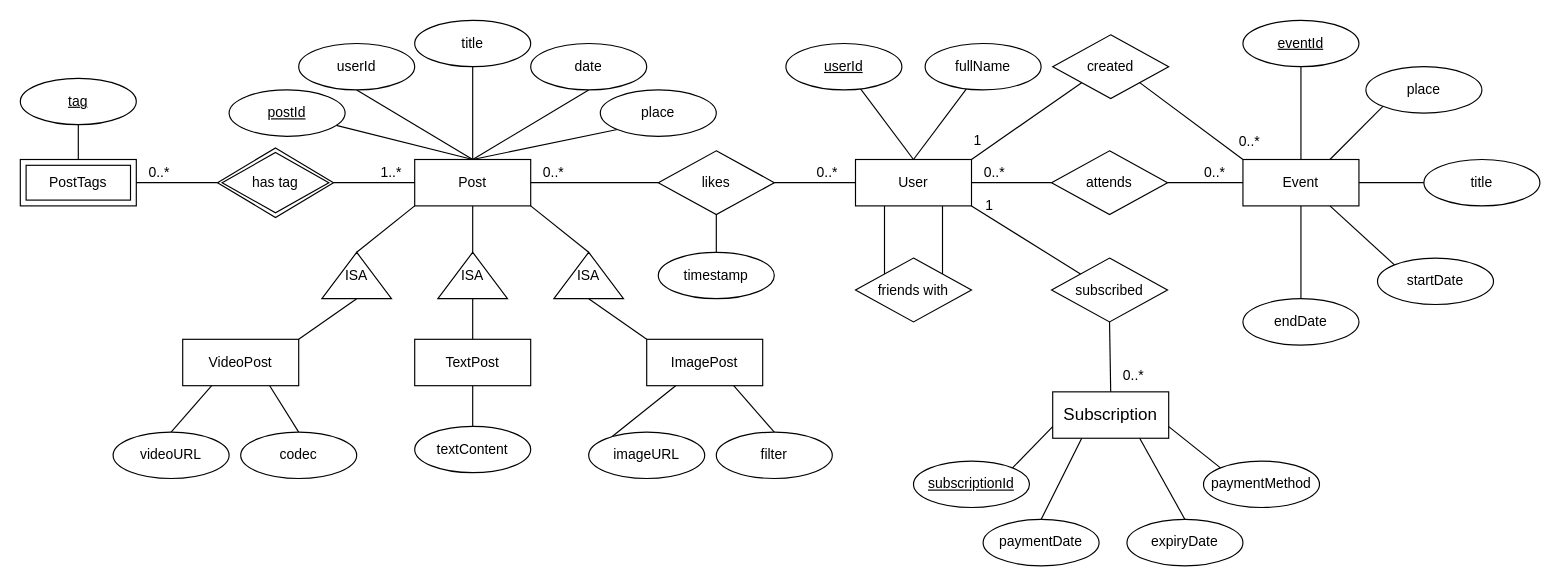
This is DD1368 Homework 1 ER.drawio from Alvinn8/DD1368, a draw.io file, before an edit. Source tidied: cells renumbered, new cells numbered last; positions are measured from the earlier drawing's top-left corner, leaving out a move shared by most shapes. Both pictures are drawn from the tidied source at 116%, with x=0, y=0 at pixel (20, 20).
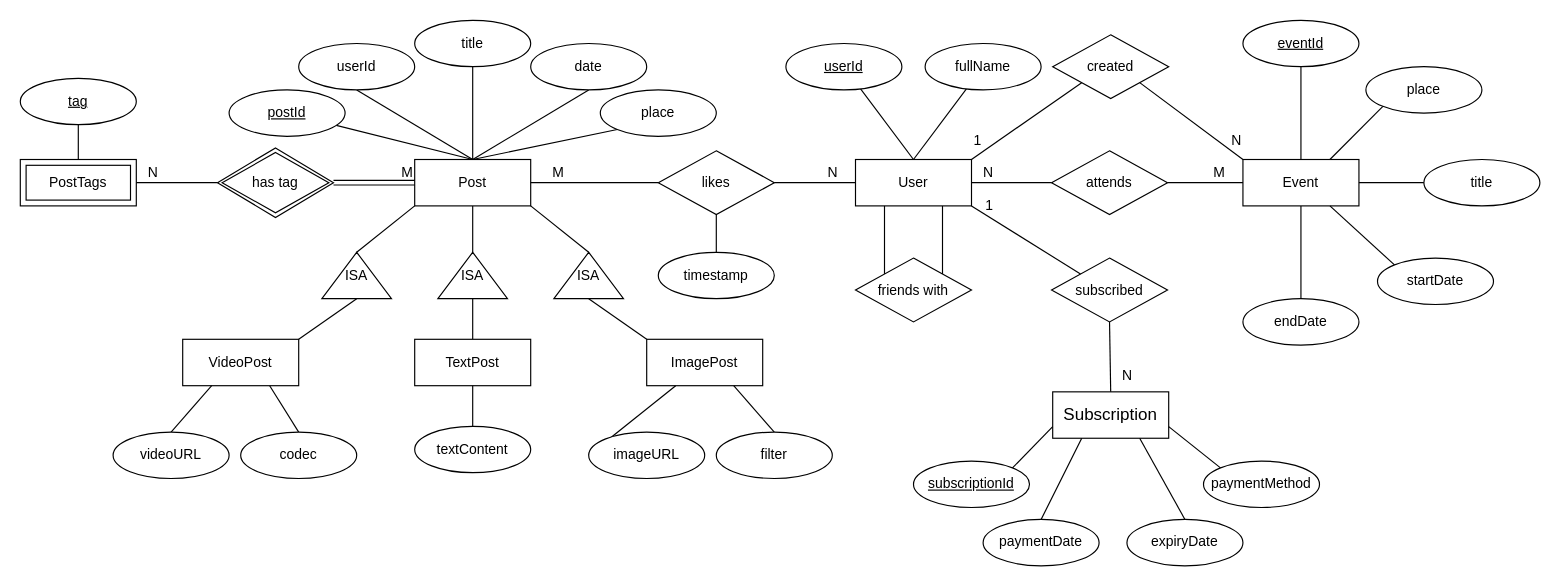
The same page after the edit.

Unchanged cells that the change refers to:
```xml
<mxCell id="2" value="Post" style="whiteSpace=wrap;html=1;align=center;" parent="1" vertex="1">
  <mxGeometry x="340" y="120" width="100" height="40" as="geometry" />
</mxCell>
<mxCell id="47" value="has tag" style="shape=rhombus;double=1;perimeter=rhombusPerimeter;whiteSpace=wrap;html=1;align=center;" parent="1" vertex="1">
  <mxGeometry x="170" y="110" width="100" height="60" as="geometry" />
</mxCell>
<mxCell id="72" style="endArrow=none;html=1;rounded=0;entryX=1;entryY=0.5;entryDx=0;entryDy=0;exitX=0;exitY=0.5;exitDx=0;exitDy=0;" parent="1" edge="1" source="62" target="4">
  <mxGeometry relative="1" as="geometry" />
</mxCell>
<mxCell id="74" style="endArrow=none;html=1;rounded=0;entryX=0;entryY=0.5;entryDx=0;entryDy=0;exitX=1;exitY=0.5;exitDx=0;exitDy=0;" parent="1" edge="1" source="62" target="51">
  <mxGeometry relative="1" as="geometry" />
</mxCell>
<mxCell id="76" style="endArrow=none;html=1;rounded=0;entryX=1;entryY=0.5;entryDx=0;entryDy=0;exitX=0;exitY=0.5;exitDx=0;exitDy=0;" parent="1" edge="1" source="40" target="2">
  <mxGeometry relative="1" as="geometry" />
</mxCell>
<mxCell id="78" style="endArrow=none;html=1;rounded=0;entryX=0;entryY=0.5;entryDx=0;entryDy=0;exitX=1;exitY=0.5;exitDx=0;exitDy=0;" parent="1" edge="1" source="40" target="4">
  <mxGeometry relative="1" as="geometry" />
</mxCell>
<mxCell id="82" style="endArrow=none;html=1;rounded=0;entryX=0.5;entryY=0;entryDx=0;entryDy=0;exitX=0.5;exitY=1;exitDx=0;exitDy=0;" parent="1" edge="1" source="71" target="5">
  <mxGeometry relative="1" as="geometry" />
</mxCell>
<mxCell id="84" style="endArrow=none;html=1;rounded=0;entryX=1;entryY=0.5;entryDx=0;entryDy=0;exitX=0;exitY=0.5;exitDx=0;exitDy=0;" parent="1" edge="1" source="47" target="48">
  <mxGeometry relative="1" as="geometry" />
</mxCell>
<mxCell id="91" style="endArrow=none;html=1;rounded=0;entryX=0;entryY=0;entryDx=0;entryDy=0;exitX=1;exitY=1;exitDx=0;exitDy=0;" parent="1" edge="1" source="88" target="51">
  <mxGeometry relative="1" as="geometry" />
</mxCell>
```

The edit, as a diff of the source:
```diff
@@
-    <mxCell id="73" value="0..*" style="html=1;whiteSpace=wrap;align=right;verticalAlign=bottom;" parent="72" vertex="1">
+    <mxCell id="73" value="N" style="html=1;whiteSpace=wrap;align=right;verticalAlign=bottom;" parent="72" vertex="1">
       <mxGeometry x="1" relative="1" as="geometry">
-        <mxPoint x="30" as="offset" />
+        <mxPoint x="20" as="offset" />
       </mxGeometry>
     </mxCell>
@@
-    <mxCell id="75" value="0..*" style="html=1;whiteSpace=wrap;align=right;verticalAlign=bottom;" parent="74" vertex="1">
+    <mxCell id="75" value="M" style="html=1;whiteSpace=wrap;align=right;verticalAlign=bottom;" parent="74" vertex="1">
       <mxGeometry x="1" relative="1" as="geometry">
         <mxPoint x="-14" as="offset" />
       </mxGeometry>
     </mxCell>
@@
-    <mxCell id="77" value="0..*" style="html=1;whiteSpace=wrap;align=right;verticalAlign=bottom;" parent="76" vertex="1">
+    <mxCell id="77" value="M" style="html=1;whiteSpace=wrap;align=right;verticalAlign=bottom;" parent="76" vertex="1">
       <mxGeometry x="1" relative="1" as="geometry">
         <mxPoint x="30" as="offset" />
       </mxGeometry>
     </mxCell>
@@
-    <mxCell id="79" value="0..*" style="html=1;whiteSpace=wrap;align=right;verticalAlign=bottom;" parent="78" vertex="1">
+    <mxCell id="79" value="N" style="html=1;whiteSpace=wrap;align=right;verticalAlign=bottom;" parent="78" vertex="1">
       <mxGeometry x="1" relative="1" as="geometry">
         <mxPoint x="-14" as="offset" />
       </mxGeometry>
     </mxCell>
@@
-    <mxCell id="83" value="0..*" style="html=1;whiteSpace=wrap;align=right;verticalAlign=bottom;" parent="82" vertex="1">
+    <mxCell id="83" value="N" style="html=1;whiteSpace=wrap;align=right;verticalAlign=bottom;" parent="82" vertex="1">
       <mxGeometry x="1" relative="1" as="geometry">
-        <mxPoint x="30" y="-5" as="offset" />
+        <mxPoint x="20" y="-5" as="offset" />
       </mxGeometry>
     </mxCell>
@@
-    <mxCell id="85" value="0..*" style="html=1;whiteSpace=wrap;align=right;verticalAlign=bottom;" parent="84" vertex="1">
+    <mxCell id="85" value="N" style="html=1;whiteSpace=wrap;align=right;verticalAlign=bottom;" parent="84" vertex="1">
       <mxGeometry x="1" relative="1" as="geometry">
-        <mxPoint x="30" as="offset" />
+        <mxPoint x="20" as="offset" />
       </mxGeometry>
     </mxCell>
-    <mxCell id="86" style="endArrow=none;html=1;rounded=0;entryX=1;entryY=0.5;entryDx=0;entryDy=0;exitX=0;exitY=0.5;exitDx=0;exitDy=0;" parent="1" edge="1" source="2" target="47">
-      <mxGeometry relative="1" as="geometry" />
-    </mxCell>
-    <mxCell id="87" value="1..*" style="html=1;whiteSpace=wrap;align=right;verticalAlign=bottom;" parent="86" vertex="1">
-      <mxGeometry x="1" relative="1" as="geometry">
-        <mxPoint x="60" as="offset" />
-      </mxGeometry>
-    </mxCell>
@@
-    <mxCell id="92" value="0..*" style="html=1;whiteSpace=wrap;align=right;verticalAlign=bottom;" parent="91" vertex="1">
+    <mxCell id="92" value="N" style="html=1;whiteSpace=wrap;align=right;verticalAlign=bottom;" parent="91" vertex="1">
       <mxGeometry x="1" relative="1" as="geometry">
-        <mxPoint x="16" y="-7" as="offset" />
+        <mxPoint y="-8" as="offset" />
       </mxGeometry>
     </mxCell>
+    <mxCell id="93" style="shape=link;html=1;rounded=0;entryX=0;entryY=0.5;entryDx=0;entryDy=0;exitX=1;exitY=0.5;exitDx=0;exitDy=0;" parent="1" edge="1" source="47" target="2">
+      <mxGeometry relative="1" as="geometry" />
+    </mxCell>
+    <mxCell id="94" value="M" style="html=1;whiteSpace=wrap;align=right;verticalAlign=bottom;" parent="93" vertex="1">
+      <mxGeometry x="1" relative="1" as="geometry" />
+    </mxCell>
```
